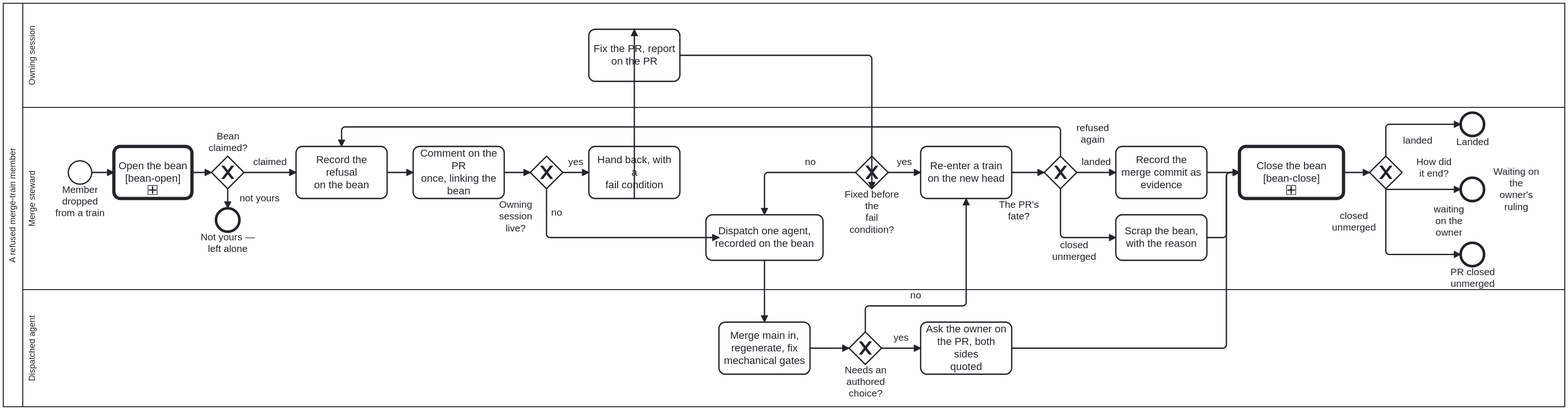
Before: docs/assets/img/workflows/merge-refusal.svg, a diagram exported from BPMN (litlfred/cat-harness). Its source is kept beside it as processes/sdlc/merge-refusal.bpmn. Ids are renumbered.
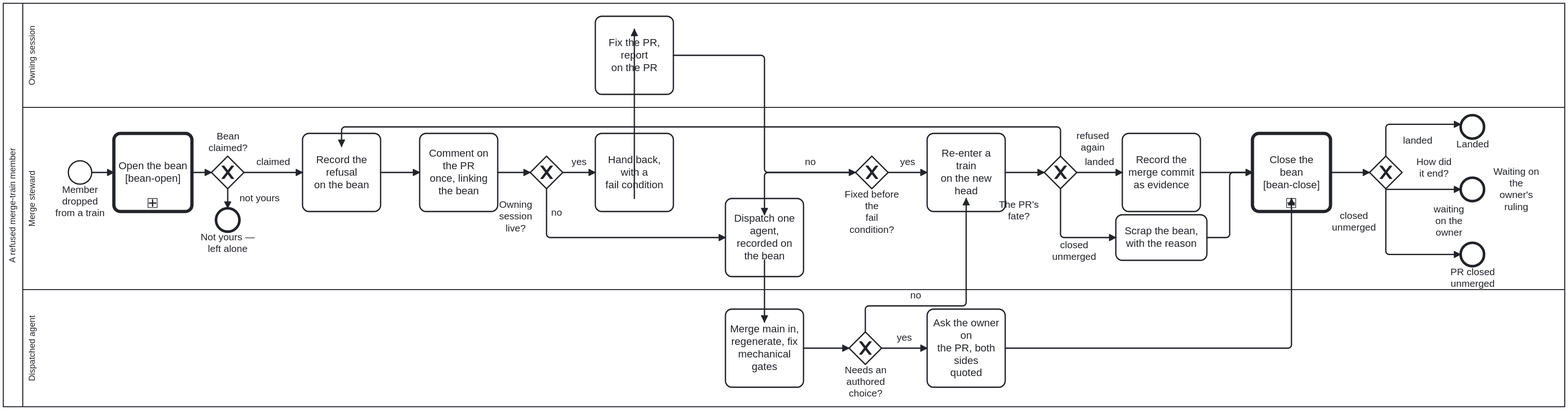
After the commit.

What changed in the source:
```diff
@@ -214,7 +214,10 @@
   </bpmn:process>
   <bpmndi:BPMNDiagram id="Diagram_Process_MergeRefusal">
     <bpmndi:BPMNPlane id="Plane_Process_MergeRefusal" bpmnElement="Collaboration_Process_MergeRefusal">
-      <bpmndi:BPMNEdge id="Edge_Flow_GW_BeanClosedHow" bpmnElement="Flow_GW_BeanClosedHow"><di:waypoint x="2060" y="260"/><di:waypoint x="2100" y="260"/></bpmndi:BPMNEdge>
+      <bpmndi:BPMNEdge id="Edge_Flow_GW_BeanClosedHow" bpmnElement="Flow_GW_BeanClosedHow">
+        <di:waypoint x="2040" y="260" />
+        <di:waypoint x="2100" y="260" />
+      </bpmndi:BPMNEdge>
       <bpmndi:BPMNShape id="Shape_Participant" bpmnElement="Participant_Process_MergeRefusal" isHorizontal="true">
         <dc:Bounds x="0" y="0" width="2400" height="620" />
       </bpmndi:BPMNShape>
@@ -228,37 +231,49 @@
         <dc:Bounds x="30" y="440" width="2370" height="180" />
       </bpmndi:BPMNShape>
       <bpmndi:BPMNShape id="Shape_Start_Refused" bpmnElement="Start_Refused"><dc:Bounds x="100" y="242" width="36" height="36" /></bpmndi:BPMNShape>
-      <bpmndi:BPMNShape id="Shape_Task_Record" bpmnElement="Task_Record"><dc:Bounds x="450" y="220" width="140" height="80" /></bpmndi:BPMNShape>
-      <bpmndi:BPMNShape id="Shape_Task_Comment" bpmnElement="Task_Comment"><dc:Bounds x="630" y="220" width="140" height="80" /></bpmndi:BPMNShape>
+      <bpmndi:BPMNShape id="Shape_Task_Record" bpmnElement="Task_Record"><dc:Bounds x="460" y="200" width="120" height="120" /></bpmndi:BPMNShape>
+      <bpmndi:BPMNShape id="Shape_Task_Comment" bpmnElement="Task_Comment"><dc:Bounds x="640" y="200" width="120" height="120" /></bpmndi:BPMNShape>
       <bpmndi:BPMNShape id="Shape_GW_Owner" bpmnElement="GW_Owner" isMarkerVisible="true"><dc:Bounds x="810" y="235" width="50" height="50" />
-        <bpmndi:BPMNLabel><dc:Bounds x="742.5" y="300.5" width="90" height="53" /></bpmndi:BPMNLabel>
-      </bpmndi:BPMNShape>
-      <bpmndi:BPMNShape id="Shape_Task_HandBack" bpmnElement="Task_HandBack"><dc:Bounds x="900" y="220" width="140" height="80" /></bpmndi:BPMNShape>
-      <bpmndi:BPMNShape id="Shape_Task_Dispatch" bpmnElement="Task_Dispatch"><dc:Bounds x="1080" y="325" width="180" height="70" /></bpmndi:BPMNShape>
+
+      <bpmndi:BPMNLabel><dc:Bounds x="742.5" y="300.5" width="90" height="53" /></bpmndi:BPMNLabel></bpmndi:BPMNShape>
+      <bpmndi:BPMNShape id="Shape_Task_HandBack" bpmnElement="Task_HandBack"><dc:Bounds x="910" y="200" width="120" height="120" /></bpmndi:BPMNShape>
+      <bpmndi:BPMNShape id="Shape_Task_Dispatch" bpmnElement="Task_Dispatch"><dc:Bounds x="1110" y="300" width="120" height="120" /></bpmndi:BPMNShape>
       <bpmndi:BPMNShape id="Shape_GW_FailCond" bpmnElement="GW_FailCond" isMarkerVisible="true"><dc:Bounds x="1310" y="235" width="50" height="50" /></bpmndi:BPMNShape>
-      <bpmndi:BPMNShape id="Shape_Task_Retrain" bpmnElement="Task_Retrain"><dc:Bounds x="1410" y="220" width="140" height="80" /></bpmndi:BPMNShape>
+      <bpmndi:BPMNShape id="Shape_Task_Retrain" bpmnElement="Task_Retrain"><dc:Bounds x="1420" y="200" width="120" height="120" /></bpmndi:BPMNShape>
       <bpmndi:BPMNShape id="Shape_GW_Fate" bpmnElement="GW_Fate" isMarkerVisible="true"><dc:Bounds x="1600" y="235" width="50" height="50" />
-        <bpmndi:BPMNLabel><dc:Bounds x="1516" y="300.5" width="90" height="35" /></bpmndi:BPMNLabel>
-      </bpmndi:BPMNShape>
-      <bpmndi:BPMNShape id="Shape_Task_Close" bpmnElement="Task_Close"><dc:Bounds x="1710" y="220" width="140" height="80" /></bpmndi:BPMNShape>
-      <bpmndi:BPMNShape id="Shape_End_Closed" bpmnElement="End_Closed"><dc:Bounds x="2240" y="168" width="36" height="36" /></bpmndi:BPMNShape>
+
+      <bpmndi:BPMNLabel><dc:Bounds x="1516" y="300.5" width="90" height="35" /></bpmndi:BPMNLabel></bpmndi:BPMNShape>
+      <bpmndi:BPMNShape id="Shape_Task_Close" bpmnElement="Task_Close"><dc:Bounds x="1720" y="200" width="120" height="120" /></bpmndi:BPMNShape>
+      <bpmndi:BPMNShape id="Shape_End_Closed" bpmnElement="End_Closed"><dc:Bounds x="2240" y="172" width="36" height="36" /></bpmndi:BPMNShape>
       <bpmndi:BPMNShape id="Shape_Task_Scrap" bpmnElement="Task_Scrap"><dc:Bounds x="1710" y="325" width="140" height="70" /></bpmndi:BPMNShape>
       <bpmndi:BPMNShape id="Shape_End_Scrapped" bpmnElement="End_Scrapped"><dc:Bounds x="2240" y="368" width="36" height="36" /></bpmndi:BPMNShape>
-      <bpmndi:BPMNShape id="Shape_Task_Fix" bpmnElement="Task_Fix"><dc:Bounds x="900" y="40" width="140" height="80" /></bpmndi:BPMNShape>
-      <bpmndi:BPMNShape id="Shape_Task_AgentFix" bpmnElement="Task_AgentFix"><dc:Bounds x="1100" y="490" width="140" height="80" /></bpmndi:BPMNShape>
+      <bpmndi:BPMNShape id="Shape_Task_Fix" bpmnElement="Task_Fix"><dc:Bounds x="910" y="20" width="120" height="120" /></bpmndi:BPMNShape>
+      <bpmndi:BPMNShape id="Shape_Task_AgentFix" bpmnElement="Task_AgentFix"><dc:Bounds x="1110" y="470" width="120" height="120" /></bpmndi:BPMNShape>
       <bpmndi:BPMNShape id="Shape_GW_Authored" bpmnElement="GW_Authored" isMarkerVisible="true"><dc:Bounds x="1300" y="505" width="50" height="50" /></bpmndi:BPMNShape>
-      <bpmndi:BPMNShape id="Shape_Task_AskOwner" bpmnElement="Task_AskOwner"><dc:Bounds x="1410" y="490" width="140" height="80" /></bpmndi:BPMNShape>
+      <bpmndi:BPMNShape id="Shape_Task_AskOwner" bpmnElement="Task_AskOwner"><dc:Bounds x="1420" y="470" width="120" height="120" /></bpmndi:BPMNShape>
       <bpmndi:BPMNShape id="Shape_End_AwaitOwner" bpmnElement="End_AwaitOwner"><dc:Bounds x="2240" y="268" width="36" height="36" />
-        <bpmndi:BPMNLabel><dc:Bounds x="2280" y="250" width="90" height="72" /></bpmndi:BPMNLabel>
-      </bpmndi:BPMNShape>
-      <bpmndi:BPMNEdge id="Edge_r1" bpmnElement="r1"><di:waypoint x="136" y="260"/><di:waypoint x="170" y="260"/></bpmndi:BPMNEdge>
-      <bpmndi:BPMNEdge id="Edge_r2" bpmnElement="r2"><di:waypoint x="590" y="260"/><di:waypoint x="630" y="260"/></bpmndi:BPMNEdge>
-      <bpmndi:BPMNEdge id="Edge_r3" bpmnElement="r3"><di:waypoint x="770" y="260"/><di:waypoint x="810" y="260"/></bpmndi:BPMNEdge>
-      <bpmndi:BPMNEdge id="Edge_r4" bpmnElement="r4"><di:waypoint x="860" y="260"/><di:waypoint x="900" y="260"/></bpmndi:BPMNEdge>
+
+      <bpmndi:BPMNLabel><dc:Bounds x="2280" y="250" width="90" height="72" /></bpmndi:BPMNLabel></bpmndi:BPMNShape>
+      <bpmndi:BPMNEdge id="Edge_r1" bpmnElement="r1">
+        <di:waypoint x="136" y="260" />
+        <di:waypoint x="170" y="260" />
+      </bpmndi:BPMNEdge>
+      <bpmndi:BPMNEdge id="Edge_r2" bpmnElement="r2">
+        <di:waypoint x="580" y="260" />
+        <di:waypoint x="640" y="260" />
+      </bpmndi:BPMNEdge>
+      <bpmndi:BPMNEdge id="Edge_r3" bpmnElement="r3">
+        <di:waypoint x="760" y="260" />
+        <di:waypoint x="810" y="260" />
+      </bpmndi:BPMNEdge>
+      <bpmndi:BPMNEdge id="Edge_r4" bpmnElement="r4">
+        <di:waypoint x="860" y="260" />
+        <di:waypoint x="910" y="260" />
+      </bpmndi:BPMNEdge>
       <bpmndi:BPMNEdge id="Edge_r5" bpmnElement="r5">
         <di:waypoint x="835" y="285" />
         <di:waypoint x="835" y="360" />
-        <di:waypoint x="1100" y="360" />
+        <di:waypoint x="1110" y="360" />
 
       </bpmndi:BPMNEdge>
       <bpmndi:BPMNEdge id="Edge_r6" bpmnElement="r6">
@@ -266,13 +281,14 @@
         <di:waypoint x="970" y="40" />
       </bpmndi:BPMNEdge>
       <bpmndi:BPMNEdge id="Edge_r7" bpmnElement="r7">
-        <di:waypoint x="1040" y="80" />
-        <di:waypoint x="1335" y="80" />
-        <di:waypoint x="1335" y="285" />
+        <di:waypoint x="1030" y="80" />
+        <di:waypoint x="1170" y="80" />
+        <di:waypoint x="1170" y="260" />
+        <di:waypoint x="1310" y="260" />
       </bpmndi:BPMNEdge>
       <bpmndi:BPMNEdge id="Edge_r8" bpmnElement="r8">
         <di:waypoint x="1360" y="260" />
-        <di:waypoint x="1410" y="260" />
+        <di:waypoint x="1420" y="260" />
       </bpmndi:BPMNEdge>
       <bpmndi:BPMNEdge id="Edge_r9" bpmnElement="r9">
         <di:waypoint x="1310" y="260" />
@@ -284,12 +300,12 @@
         <di:waypoint x="1170" y="490" />
       </bpmndi:BPMNEdge>
       <bpmndi:BPMNEdge id="Edge_r11" bpmnElement="r11">
-        <di:waypoint x="1240" y="530" />
+        <di:waypoint x="1230" y="530" />
         <di:waypoint x="1300" y="530" />
       </bpmndi:BPMNEdge>
       <bpmndi:BPMNEdge id="Edge_r12" bpmnElement="r12">
         <di:waypoint x="1350" y="530" />
-        <di:waypoint x="1410" y="530" />
+        <di:waypoint x="1420" y="530" />
       </bpmndi:BPMNEdge>
       <bpmndi:BPMNEdge id="Edge_r13" bpmnElement="r13">
         <di:waypoint x="1325" y="505" />
@@ -297,14 +313,18 @@
         <di:waypoint x="1480" y="465" />
         <di:waypoint x="1480" y="300" />
       </bpmndi:BPMNEdge>
-      <bpmndi:BPMNEdge id="Edge_r14" bpmnElement="r14"><di:waypoint x="1550" y="530"/><di:waypoint x="1880" y="530"/><di:waypoint x="1880" y="260"/><di:waypoint x="1900" y="260"/></bpmndi:BPMNEdge>
+      <bpmndi:BPMNEdge id="Edge_r14" bpmnElement="r14">
+        <di:waypoint x="1540" y="530" />
+        <di:waypoint x="1980" y="530" />
+        <di:waypoint x="1980" y="300" />
+      </bpmndi:BPMNEdge>
       <bpmndi:BPMNEdge id="Edge_r15" bpmnElement="r15">
-        <di:waypoint x="1550" y="260" />
+        <di:waypoint x="1540" y="260" />
         <di:waypoint x="1600" y="260" />
       </bpmndi:BPMNEdge>
       <bpmndi:BPMNEdge id="Edge_r16" bpmnElement="r16">
         <di:waypoint x="1650" y="260" />
-        <di:waypoint x="1710" y="260" />
+        <di:waypoint x="1720" y="260" />
       </bpmndi:BPMNEdge>
       <bpmndi:BPMNEdge id="Edge_r17" bpmnElement="r17">
         <di:waypoint x="1625" y="235" />
@@ -312,7 +332,7 @@
         <di:waypoint x="520" y="190" />
         <di:waypoint x="520" y="220" />
 
-        <bpmndi:BPMNLabel><dc:Bounds x="1629" y="183.25" width="90" height="36" /></bpmndi:BPMNLabel>
+        <bpmndi:BPMNLabel><dc:Bounds x="1629" y="194.5" width="90" height="36" /></bpmndi:BPMNLabel>
 
       </bpmndi:BPMNEdge>
       <bpmndi:BPMNEdge id="Edge_r18" bpmnElement="r18">
@@ -323,26 +343,43 @@
         <bpmndi:BPMNLabel><dc:Bounds x="1601.25" y="363" width="90" height="36" /></bpmndi:BPMNLabel>
 
       </bpmndi:BPMNEdge>
-      <bpmndi:BPMNEdge id="Edge_r19" bpmnElement="r19"><di:waypoint x="1850" y="260"/><di:waypoint x="1900" y="260"/></bpmndi:BPMNEdge>
-      <bpmndi:BPMNEdge id="Edge_r20" bpmnElement="r20"><di:waypoint x="1850" y="360"/><di:waypoint x="1880" y="360"/><di:waypoint x="1880" y="260"/><di:waypoint x="1900" y="260"/></bpmndi:BPMNEdge>
-      <bpmndi:BPMNShape id="Call_BeanOpen_di" bpmnElement="Call_BeanOpen"><dc:Bounds x="170" y="220" width="120" height="80" /></bpmndi:BPMNShape>
-      <bpmndi:BPMNEdge id="SF_Bean_1_di" bpmnElement="SF_Bean_1"><di:waypoint x="370" y="260"/><di:waypoint x="450" y="260"/></bpmndi:BPMNEdge>
+      <bpmndi:BPMNEdge id="Edge_r19" bpmnElement="r19">
+        <di:waypoint x="1840" y="260" />
+        <di:waypoint x="1920" y="260" />
+      </bpmndi:BPMNEdge>
+      <bpmndi:BPMNEdge id="Edge_r20" bpmnElement="r20">
+        <di:waypoint x="1850" y="360" />
+        <di:waypoint x="1885" y="360" />
+        <di:waypoint x="1885" y="260" />
+        <di:waypoint x="1920" y="260" />
+      </bpmndi:BPMNEdge>
+      <bpmndi:BPMNShape id="Call_BeanOpen_di" bpmnElement="Call_BeanOpen"><dc:Bounds x="170" y="200" width="120" height="120" /></bpmndi:BPMNShape>
+      <bpmndi:BPMNEdge id="SF_Bean_1_di" bpmnElement="SF_Bean_1">
+        <di:waypoint x="370" y="260" />
+        <di:waypoint x="460" y="260" />
+      </bpmndi:BPMNEdge>
       <bpmndi:BPMNShape id="GW_BeanYours_di" bpmnElement="GW_BeanYours" isMarkerVisible="true"><dc:Bounds x="320" y="235" width="50" height="50" />
 
       <bpmndi:BPMNLabel><dc:Bounds x="300" y="196" width="90" height="35" /></bpmndi:BPMNLabel></bpmndi:BPMNShape>
       <bpmndi:BPMNShape id="End_BeanNotYours_di" bpmnElement="End_BeanNotYours"><dc:Bounds x="327" y="315" width="36" height="36" /></bpmndi:BPMNShape>
-      <bpmndi:BPMNEdge id="SF_Bean_2_di" bpmnElement="SF_Bean_2"><di:waypoint x="290" y="260"/><di:waypoint x="320" y="260"/></bpmndi:BPMNEdge>
+      <bpmndi:BPMNEdge id="SF_Bean_2_di" bpmnElement="SF_Bean_2">
+        <di:waypoint x="290" y="260" />
+        <di:waypoint x="320" y="260" />
+      </bpmndi:BPMNEdge>
       <bpmndi:BPMNEdge id="SF_Bean_3_di" bpmnElement="SF_Bean_3"><di:waypoint x="345" y="285"/><di:waypoint x="345" y="315"/>
         <bpmndi:BPMNLabel><dc:Bounds x="349" y="291" width="90" height="18" /></bpmndi:BPMNLabel>
       </bpmndi:BPMNEdge>
       <bpmndi:BPMNEdge id="SF_Bean_4_di" bpmnElement="SF_Bean_4"><di:waypoint x="2125" y="285"/><di:waypoint x="2125" y="286"/><di:waypoint x="2240" y="286"/>
         <bpmndi:BPMNLabel><dc:Bounds x="2176.58" y="307.5" width="90" height="53" /></bpmndi:BPMNLabel>
       </bpmndi:BPMNEdge>
-      <bpmndi:BPMNShape id="Shape_GW_BeanClosedHow" bpmnElement="GW_BeanClosedHow" isMarkerVisible="true"><dc:Bounds x="2100" y="235" width="50" height="50"/>
-        <bpmndi:BPMNLabel><dc:Bounds x="2154" y="235" width="90" height="35" /></bpmndi:BPMNLabel>
-      </bpmndi:BPMNShape>
-      <bpmndi:BPMNShape id="Call_BeanClose_2_di" bpmnElement="Call_BeanClose_2"><dc:Bounds x="1900" y="220" width="160" height="80" /></bpmndi:BPMNShape>
-      <bpmndi:BPMNEdge id="SF_Bean_5_di" bpmnElement="SF_Bean_5"><di:waypoint x="2125" y="235"/><di:waypoint x="2125" y="186"/><di:waypoint x="2240" y="186"/>
+      <bpmndi:BPMNShape id="Shape_GW_BeanClosedHow" bpmnElement="GW_BeanClosedHow" isMarkerVisible="true"><dc:Bounds x="2100" y="235" width="50" height="50" />
+
+      <bpmndi:BPMNLabel><dc:Bounds x="2154" y="235" width="90" height="35" /></bpmndi:BPMNLabel></bpmndi:BPMNShape>
+      <bpmndi:BPMNShape id="Call_BeanClose_2_di" bpmnElement="Call_BeanClose_2"><dc:Bounds x="1920" y="200" width="120" height="120" /></bpmndi:BPMNShape>
+      <bpmndi:BPMNEdge id="SF_Bean_5_di" bpmnElement="SF_Bean_5">
+        <di:waypoint x="2125" y="235" />
+        <di:waypoint x="2125" y="186" />
+        <di:waypoint x="2240" y="186" />
         <bpmndi:BPMNLabel><dc:Bounds x="2129" y="202" width="90" height="17" /></bpmndi:BPMNLabel>
       </bpmndi:BPMNEdge>
       <bpmndi:BPMNEdge id="SF_Bean_6_di" bpmnElement="SF_Bean_6"><di:waypoint x="2125" y="285"/><di:waypoint x="2125" y="386"/><di:waypoint x="2240" y="386"/>
```
